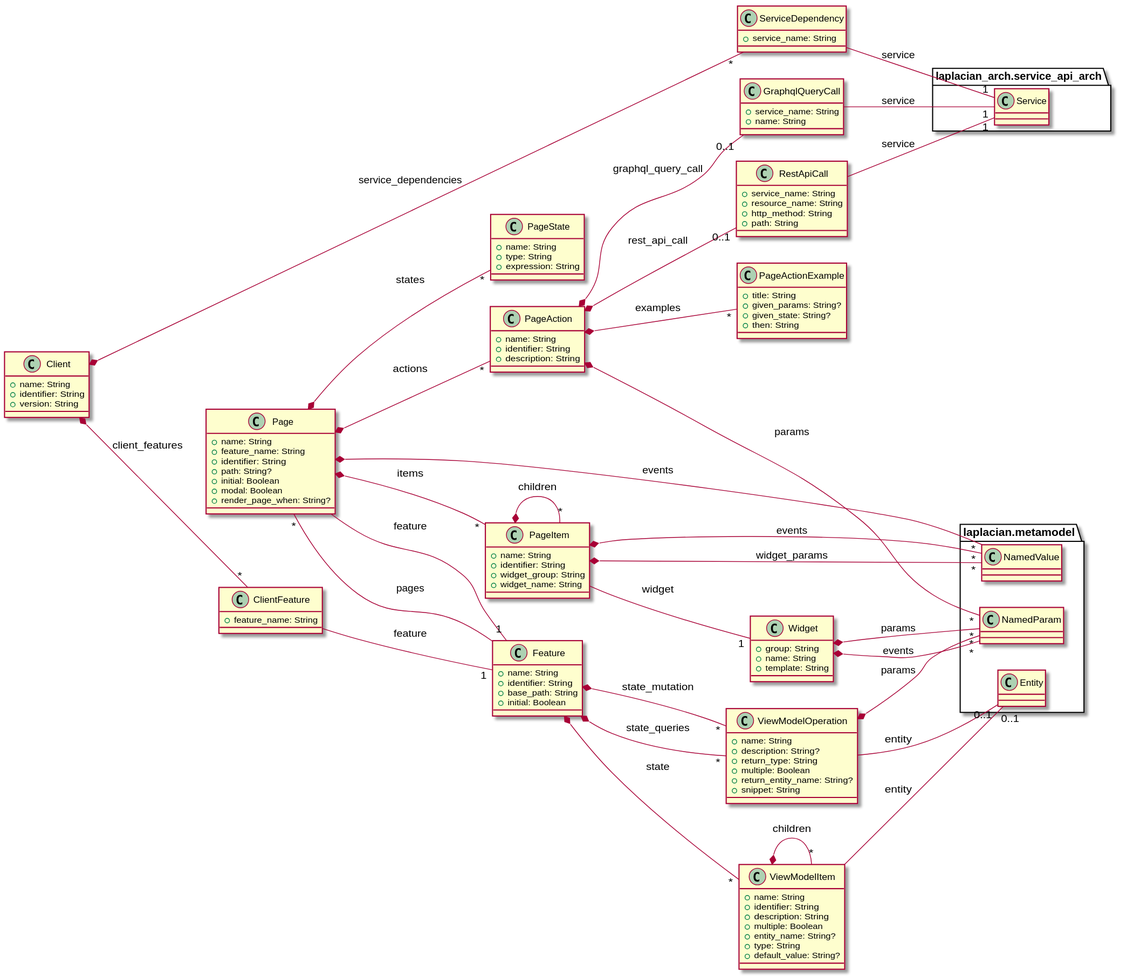
Before: doc/image/model-diagram.svg, a diagram exported from PlantUML (laplacian-arch/frontend-ui-domain-model).
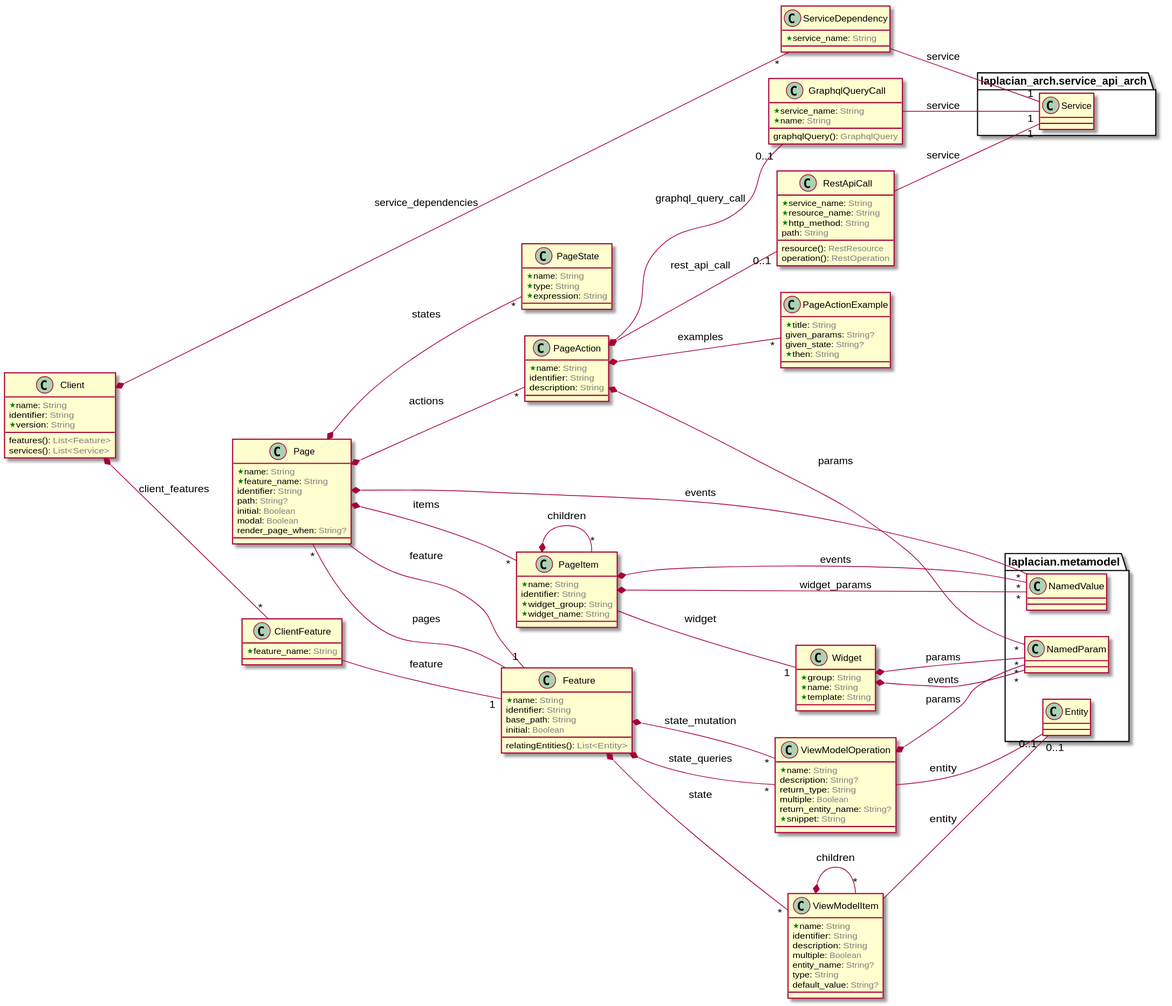
The same diagram one commit later.

What changed in the source:
```diff
@@ -2,13 +2,14 @@
 left to right direction
 
 class ViewModelOperation {
-  + name: String
-  + description: String?
-  + return_type: String
-  + multiple: Boolean
-  + return_entity_name: String?
-  + snippet: String
+  <color:Green><&star></color>name: <color:GRAY>String</color>
+  description: <color:GRAY>String?</color>
+  return_type: <color:GRAY>String</color>
+  multiple: <color:GRAY>Boolean</color>
+  return_entity_name: <color:GRAY>String?</color>
+  <color:Green><&star></color>snippet: <color:GRAY>String</color>
 }
+
 
 
 
@@ -36,14 +37,15 @@
 
 
 class Page {
-  + name: String
-  + feature_name: String
-  + identifier: String
-  + path: String?
-  + initial: Boolean
-  + modal: Boolean
-  + render_page_when: String?
+  <color:Green><&star></color>name: <color:GRAY>String</color>
+  <color:Green><&star></color>feature_name: <color:GRAY>String</color>
+  identifier: <color:GRAY>String</color>
+  path: <color:GRAY>String?</color>
+  initial: <color:GRAY>Boolean</color>
+  modal: <color:GRAY>Boolean</color>
+  render_page_when: <color:GRAY>String?</color>
 }
+
 
 
 
@@ -87,10 +89,13 @@
 
 
 class Client {
-  + name: String
-  + identifier: String
-  + version: String
+  <color:Green><&star></color>name: <color:GRAY>String</color>
+  identifier: <color:GRAY>String</color>
+  <color:Green><&star></color>version: <color:GRAY>String</color>
+  features(): <color:GRAY>List<Feature></color>
+  services(): <color:GRAY>List<Service></color>
 }
+
 
 
 
@@ -108,8 +113,9 @@
 
 
 class ClientFeature {
-  + feature_name: String
+  <color:Green><&star></color>feature_name: <color:GRAY>String</color>
 }
+
 
 
 
@@ -120,8 +126,9 @@
 
 
 class ServiceDependency {
-  + service_name: String
+  <color:Green><&star></color>service_name: <color:GRAY>String</color>
 }
+
 
 
 
@@ -137,18 +144,20 @@
 
 
 class PageState {
-  + name: String
-  + type: String
-  + expression: String
+  <color:Green><&star></color>name: <color:GRAY>String</color>
+  <color:Green><&star></color>type: <color:GRAY>String</color>
+  <color:Green><&star></color>expression: <color:GRAY>String</color>
 }
 
 
+
 class PageItem {
-  + name: String
-  + identifier: String
-  + widget_group: String
-  + widget_name: String
+  <color:Green><&star></color>name: <color:GRAY>String</color>
+  identifier: <color:GRAY>String</color>
+  <color:Green><&star></color>widget_group: <color:GRAY>String</color>
+  <color:Green><&star></color>widget_name: <color:GRAY>String</color>
 }
+
 
 
 
@@ -190,10 +199,11 @@
 
 
 class PageAction {
-  + name: String
-  + identifier: String
-  + description: String
+  <color:Green><&star></color>name: <color:GRAY>String</color>
+  identifier: <color:GRAY>String</color>
+  description: <color:GRAY>String</color>
 }
+
 
 
 
@@ -230,18 +240,20 @@
 
 
 class PageActionExample {
-  + title: String
-  + given_params: String?
-  + given_state: String?
-  + then: String
+  <color:Green><&star></color>title: <color:GRAY>String</color>
+  given_params: <color:GRAY>String?</color>
+  given_state: <color:GRAY>String?</color>
+  <color:Green><&star></color>then: <color:GRAY>String</color>
 }
 
 
+
 class Widget {
-  + group: String
-  + name: String
-  + template: String
+  <color:Green><&star></color>group: <color:GRAY>String</color>
+  <color:Green><&star></color>name: <color:GRAY>String</color>
+  <color:Green><&star></color>template: <color:GRAY>String</color>
 }
+
 
 
 
@@ -269,9 +281,11 @@
 
 
 class GraphqlQueryCall {
-  + service_name: String
-  + name: String
+  <color:Green><&star></color>service_name: <color:GRAY>String</color>
+  <color:Green><&star></color>name: <color:GRAY>String</color>
+  graphqlQuery(): <color:GRAY>GraphqlQuery</color>
 }
+
 
 
 
@@ -287,11 +301,14 @@
 
 
 class RestApiCall {
-  + service_name: String
-  + resource_name: String
-  + http_method: String
-  + path: String
+  <color:Green><&star></color>service_name: <color:GRAY>String</color>
+  <color:Green><&star></color>resource_name: <color:GRAY>String</color>
+  <color:Green><&star></color>http_method: <color:GRAY>String</color>
+  path: <color:GRAY>String</color>
+  resource(): <color:GRAY>RestResource</color>
+  operation(): <color:GRAY>RestOperation</color>
 }
+
 
 
 
@@ -307,14 +324,15 @@
 
 
 class ViewModelItem {
-  + name: String
-  + identifier: String
-  + description: String
-  + multiple: Boolean
-  + entity_name: String?
-  + type: String
-  + default_value: String?
+  <color:Green><&star></color>name: <color:GRAY>String</color>
+  identifier: <color:GRAY>String</color>
+  description: <color:GRAY>String</color>
+  multiple: <color:GRAY>Boolean</color>
+  entity_name: <color:GRAY>String?</color>
+  type: <color:GRAY>String</color>
+  default_value: <color:GRAY>String?</color>
 }
+
 
 
 
@@ -337,11 +355,13 @@
 
 
 class Feature {
-  + name: String
-  + identifier: String
-  + base_path: String
-  + initial: Boolean
+  <color:Green><&star></color>name: <color:GRAY>String</color>
+  identifier: <color:GRAY>String</color>
+  base_path: <color:GRAY>String</color>
+  initial: <color:GRAY>Boolean</color>
+  relatingEntities(): <color:GRAY>List<Entity></color>
 }
+
 
 
 
```
